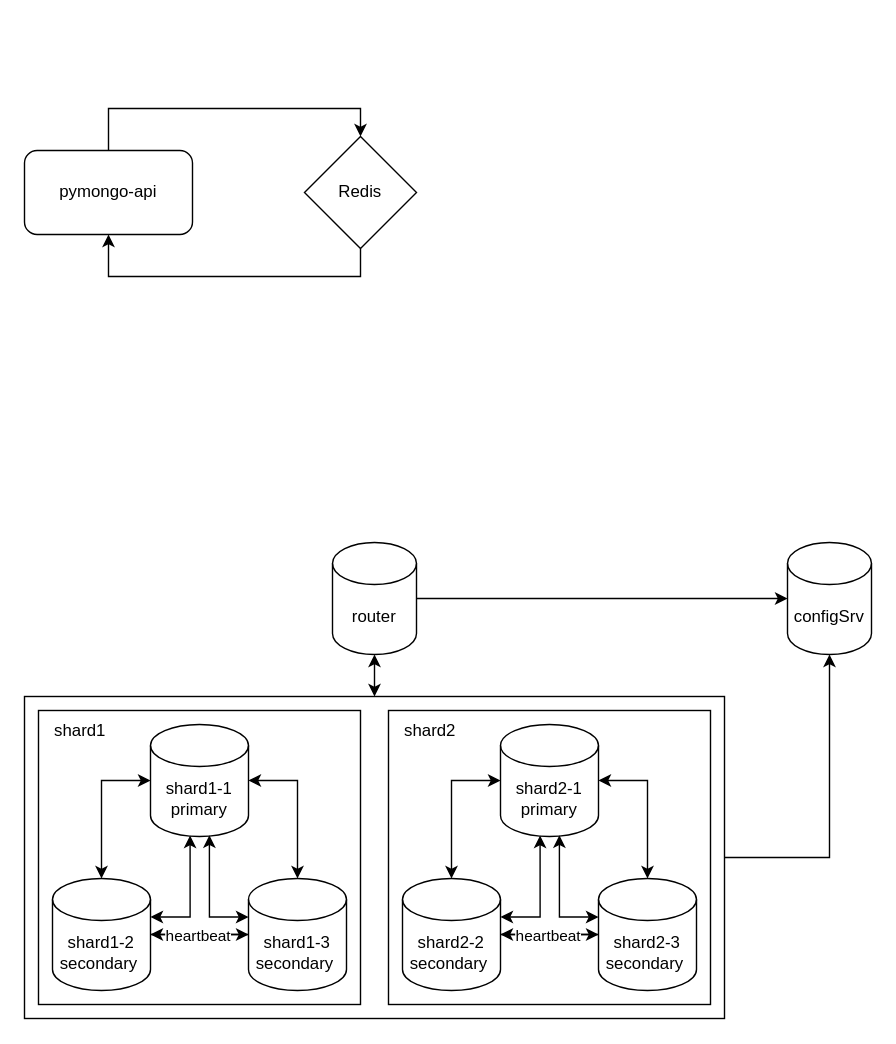
The draw.io diagram diagrams/task3.drawio in Alteracia/practicum_black-friday, before the edit. Source tidied: cells renumbered, new cells numbered last; positions are measured from the earlier drawing's top-left corner, leaving out a move shared by most shapes. Both pictures are drawn from the tidied source at 140%, with x=0, y=0 at pixel (24, 136).
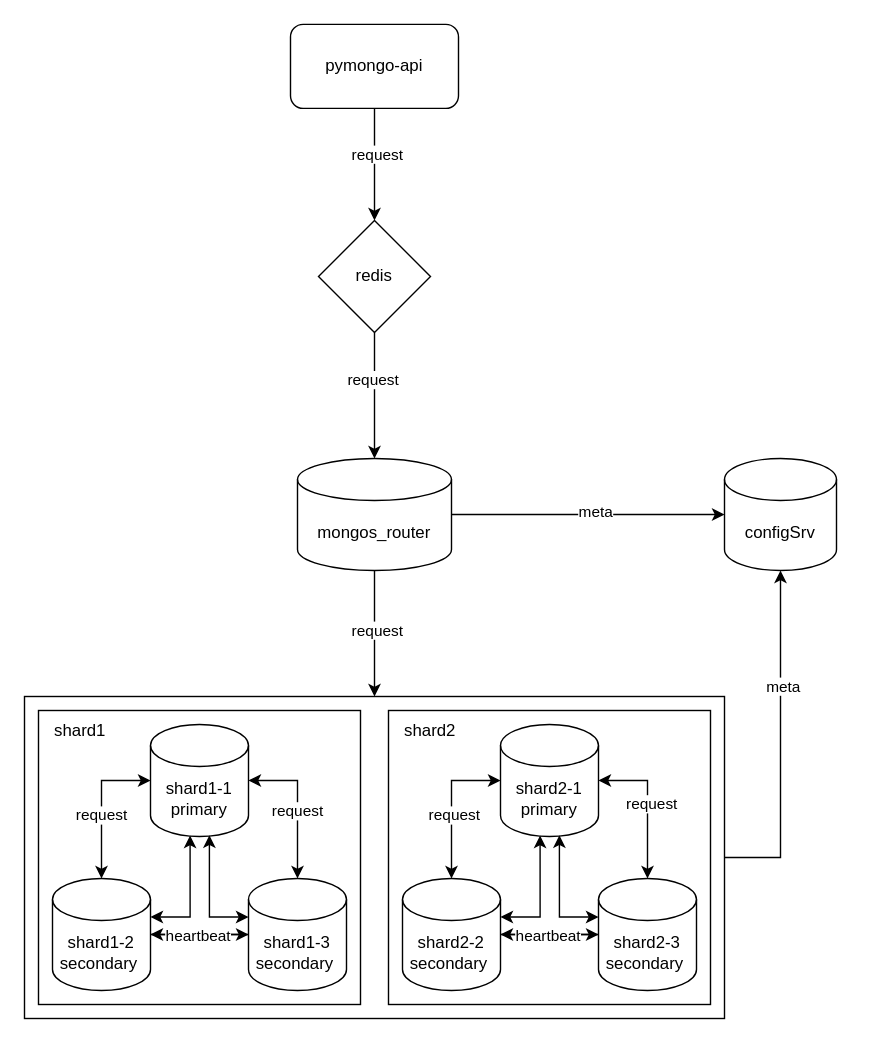
Above is the later version.

Unchanged cells that the change refers to:
```xml
<mxCell id="16" value="shard1-2&lt;br&gt;secondary&amp;nbsp;" style="shape=cylinder3;whiteSpace=wrap;html=1;boundedLbl=1;backgroundOutline=1;size=15;" parent="1" vertex="1">
  <mxGeometry x="20" y="530" width="70" height="80" as="geometry" />
</mxCell>
<mxCell id="17" value="shard1-3&lt;br&gt;secondary&amp;nbsp;" style="shape=cylinder3;whiteSpace=wrap;html=1;boundedLbl=1;backgroundOutline=1;size=15;" parent="1" vertex="1">
  <mxGeometry x="160" y="530" width="70" height="80" as="geometry" />
</mxCell>
<mxCell id="21" style="edgeStyle=orthogonalEdgeStyle;rounded=0;jettySize=auto;html=1;entryX=1;entryY=0.5;entryDx=0;entryDy=0;entryPerimeter=0;" parent="1" edge="1" source="17" target="16">
  <mxGeometry relative="1" as="geometry" />
</mxCell>
<mxCell id="25" style="edgeStyle=orthogonalEdgeStyle;rounded=0;jettySize=auto;html=1;startArrow=classic;startFill=1;exitX=1;exitY=0.5;exitDx=0;exitDy=0;exitPerimeter=0;" parent="1" edge="1" source="26" target="29">
  <mxGeometry relative="1" as="geometry" />
</mxCell>
<mxCell id="26" value="shard2-1&lt;br&gt;primary" style="shape=cylinder3;whiteSpace=wrap;html=1;boundedLbl=1;backgroundOutline=1;size=15;" parent="1" vertex="1">
  <mxGeometry x="340" y="420" width="70" height="80" as="geometry" />
</mxCell>
<mxCell id="28" value="shard2-2&lt;br&gt;secondary&amp;nbsp;" style="shape=cylinder3;whiteSpace=wrap;html=1;boundedLbl=1;backgroundOutline=1;size=15;" parent="1" vertex="1">
  <mxGeometry x="270" y="530" width="70" height="80" as="geometry" />
</mxCell>
<mxCell id="33" style="edgeStyle=orthogonalEdgeStyle;rounded=0;jettySize=auto;html=1;entryX=1;entryY=0.5;entryDx=0;entryDy=0;entryPerimeter=0;" parent="1" edge="1" source="29" target="28">
  <mxGeometry relative="1" as="geometry" />
</mxCell>
```

Diff of the diagram source:
```diff
@@
-    <mxCell id="2" style="edgeStyle=orthogonalEdgeStyle;rounded=0;jettySize=auto;html=1;entryX=0.5;entryY=0;entryDx=0;entryDy=0;startArrow=none;startFill=0;exitX=0.5;exitY=0;exitDx=0;exitDy=0;" parent="1" edge="1" source="3" target="10">
+    <mxCell id="2" style="edgeStyle=orthogonalEdgeStyle;rounded=0;jettySize=auto;html=1;entryX=0.5;entryY=0;entryDx=0;entryDy=0;startArrow=none;startFill=0;exitX=0.5;exitY=1;exitDx=0;exitDy=0;" parent="1" edge="1" source="3" target="10">
       <mxGeometry relative="1" as="geometry" />
     </mxCell>
+    <mxCell id="36" value="request" style="edgeLabel;html=1;align=center;verticalAlign=middle;" parent="2" vertex="1">
+      <mxGeometry x="-0.17" y="1" relative="1" as="geometry" />
+    </mxCell>
     <mxCell id="3" value="pymongo-api" style="rounded=1;whiteSpace=wrap;html=1;" parent="1" vertex="1">
-      <mxGeometry y="10" width="120" height="60" as="geometry" />
+      <mxGeometry x="190" y="-80.1" width="120" height="60" as="geometry" />
     </mxCell>
-    <mxCell id="4" value="router" style="shape=cylinder3;whiteSpace=wrap;html=1;boundedLbl=1;backgroundOutline=1;size=15;" parent="1" vertex="1">
-      <mxGeometry x="220" y="290" width="60" height="80" as="geometry" />
-    </mxCell>
-    <mxCell id="5" style="edgeStyle=orthogonalEdgeStyle;rounded=0;jettySize=auto;html=1;startArrow=classic;startFill=1;entryX=0.5;entryY=0;entryDx=0;entryDy=0;" parent="1" edge="1" source="4" target="11">
-      <mxGeometry relative="1" as="geometry" />
-    </mxCell>
+    <mxCell id="10" value="redis" style="rhombus;whiteSpace=wrap;html=1;" parent="1" vertex="1">
+      <mxGeometry x="210" y="60" width="80" height="80" as="geometry" />
+    </mxCell>
+    <mxCell id="37" style="rounded=0;whiteSpace=wrap;html=1;" parent="1" vertex="1">
+      <mxGeometry y="400" width="500" height="230" as="geometry" />
+    </mxCell>
+    <mxCell id="38" style="rounded=0;whiteSpace=wrap;html=1;" parent="1" vertex="1">
+      <mxGeometry x="10" y="410" width="230" height="210" as="geometry" />
+    </mxCell>
+    <mxCell id="13" style="edgeStyle=orthogonalEdgeStyle;rounded=0;jettySize=auto;html=1;startArrow=classic;startFill=1;exitX=1;exitY=0.5;exitDx=0;exitDy=0;exitPerimeter=0;" parent="1" edge="1" source="14" target="17">
+      <mxGeometry relative="1" as="geometry" />
+    </mxCell>
+    <mxCell id="39" value="request" style="edgeLabel;html=1;align=center;verticalAlign=middle;" parent="13" vertex="1">
+      <mxGeometry x="0.07" y="-1" relative="1" as="geometry" />
+    </mxCell>
+    <mxCell id="14" value="shard1-1&lt;br&gt;primary" style="shape=cylinder3;whiteSpace=wrap;html=1;boundedLbl=1;backgroundOutline=1;size=15;" parent="1" vertex="1">
+      <mxGeometry x="90" y="420" width="70" height="80" as="geometry" />
+    </mxCell>
+    <mxCell id="40" value="mongos_router" style="shape=cylinder3;whiteSpace=wrap;html=1;boundedLbl=1;backgroundOutline=1;size=15;" parent="1" vertex="1">
+      <mxGeometry x="195" y="230" width="110" height="80" as="geometry" />
+    </mxCell>
+    <mxCell id="41" style="edgeStyle=orthogonalEdgeStyle;rounded=0;jettySize=auto;html=1;startArrow=none;startFill=0;" parent="1" edge="1" source="40" target="37">
+      <mxGeometry relative="1" as="geometry" />
+    </mxCell>
+    <mxCell id="42" value="request" style="edgeLabel;html=1;align=center;verticalAlign=middle;" parent="41" vertex="1">
+      <mxGeometry x="-0.06" y="1" relative="1" as="geometry" />
+    </mxCell>
     <mxCell id="6" value="configSrv" style="shape=cylinder3;whiteSpace=wrap;html=1;boundedLbl=1;backgroundOutline=1;size=15;" parent="1" vertex="1">
-      <mxGeometry x="545" y="290" width="60" height="80" as="geometry" />
+      <mxGeometry x="500" y="230" width="80" height="80" as="geometry" />
     </mxCell>
-    <mxCell id="7" style="edgeStyle=orthogonalEdgeStyle;rounded=0;jettySize=auto;html=1;" parent="1" edge="1" source="4" target="6">
-      <mxGeometry relative="1" as="geometry" />
-    </mxCell>
-    <mxCell id="8" style="edgeStyle=orthogonalEdgeStyle;rounded=0;jettySize=auto;html=1;entryX=1;entryY=0.5;entryDx=0;entryDy=0;exitX=0.5;exitY=1;exitDx=0;exitDy=0;exitPerimeter=0;endArrow=none;endFill=0;startArrow=classic;startFill=1;" parent="1" edge="1" source="6" target="11">
-      <mxGeometry relative="1" as="geometry" />
-    </mxCell>
-    <mxCell id="9" style="edgeStyle=orthogonalEdgeStyle;rounded=0;jettySize=auto;html=1;entryX=0.5;entryY=1;entryDx=0;entryDy=0;exitX=0.5;exitY=1;exitDx=0;exitDy=0;" parent="1" edge="1" source="10" target="3">
-      <mxGeometry relative="1" as="geometry" />
-    </mxCell>
-    <mxCell id="10" value="Redis" style="rhombus;whiteSpace=wrap;html=1;" parent="1" vertex="1">
-      <mxGeometry x="200" width="80" height="80" as="geometry" />
-    </mxCell>
-    <mxCell id="11" style="rounded=0;whiteSpace=wrap;html=1;" parent="1" vertex="1">
-      <mxGeometry y="400" width="500" height="230" as="geometry" />
-    </mxCell>
-    <mxCell id="12" style="rounded=0;whiteSpace=wrap;html=1;" parent="1" vertex="1">
-      <mxGeometry x="10" y="410" width="230" height="210" as="geometry" />
-    </mxCell>
-    <mxCell id="13" style="edgeStyle=orthogonalEdgeStyle;rounded=0;jettySize=auto;html=1;startArrow=classic;startFill=1;exitX=1;exitY=0.5;exitDx=0;exitDy=0;exitPerimeter=0;" parent="1" edge="1" source="14" target="17">
-      <mxGeometry relative="1" as="geometry" />
-    </mxCell>
-    <mxCell id="14" value="shard1-1&lt;br&gt;primary" style="shape=cylinder3;whiteSpace=wrap;html=1;boundedLbl=1;backgroundOutline=1;size=15;" parent="1" vertex="1">
-      <mxGeometry x="90" y="420" width="70" height="80" as="geometry" />
-    </mxCell>
+    <mxCell id="43" style="edgeStyle=orthogonalEdgeStyle;rounded=0;jettySize=auto;html=1;" parent="1" edge="1" source="40" target="6">
+      <mxGeometry relative="1" as="geometry" />
+    </mxCell>
+    <mxCell id="44" value="meta" style="edgeLabel;html=1;align=center;verticalAlign=middle;" parent="43" vertex="1">
+      <mxGeometry x="0.05" y="3" relative="1" as="geometry" />
+    </mxCell>
+    <mxCell id="45" style="edgeStyle=orthogonalEdgeStyle;rounded=0;jettySize=auto;html=1;entryX=1;entryY=0.5;entryDx=0;entryDy=0;exitX=0.5;exitY=1;exitDx=0;exitDy=0;exitPerimeter=0;endArrow=none;endFill=0;startArrow=classic;startFill=1;" parent="1" edge="1" source="6" target="37">
+      <mxGeometry relative="1" as="geometry" />
+    </mxCell>
+    <mxCell id="46" value="meta" style="edgeLabel;html=1;align=center;verticalAlign=middle;" parent="45" vertex="1">
+      <mxGeometry x="-0.33" y="1" relative="1" as="geometry" />
+    </mxCell>
@@
-    <mxCell id="19" style="edgeStyle=orthogonalEdgeStyle;rounded=0;jettySize=auto;html=1;entryX=0.5;entryY=0;entryDx=0;entryDy=0;entryPerimeter=0;startArrow=classic;startFill=1;exitX=0;exitY=0.5;exitDx=0;exitDy=0;exitPerimeter=0;" parent="1" edge="1" source="14" target="16">
-      <mxGeometry relative="1" as="geometry" />
-    </mxCell>
-    <mxCell id="20" style="edgeStyle=orthogonalEdgeStyle;rounded=0;jettySize=auto;html=1;startArrow=classic;startFill=1;entryX=1;entryY=0;entryDx=0;entryDy=27.5;entryPerimeter=0;exitX=0.404;exitY=0.991;exitDx=0;exitDy=0;exitPerimeter=0;" parent="1" edge="1" source="14" target="16">
-      <mxGeometry relative="1" as="geometry" />
-    </mxCell>
+    <mxCell id="47" style="edgeStyle=orthogonalEdgeStyle;rounded=0;jettySize=auto;html=1;entryX=0.5;entryY=0;entryDx=0;entryDy=0;entryPerimeter=0;startArrow=classic;startFill=1;exitX=0;exitY=0.5;exitDx=0;exitDy=0;exitPerimeter=0;" parent="1" edge="1" source="14" target="16">
+      <mxGeometry relative="1" as="geometry" />
+    </mxCell>
+    <mxCell id="48" value="request" style="edgeLabel;html=1;align=center;verticalAlign=middle;" parent="47" vertex="1">
+      <mxGeometry x="0.13" y="-1" relative="1" as="geometry" />
+    </mxCell>
+    <mxCell id="49" style="edgeStyle=orthogonalEdgeStyle;rounded=0;jettySize=auto;html=1;startArrow=classic;startFill=1;entryX=1;entryY=0;entryDx=0;entryDy=27.5;entryPerimeter=0;exitX=0.404;exitY=0.991;exitDx=0;exitDy=0;exitPerimeter=0;" parent="1" edge="1" source="14" target="16">
+      <mxGeometry relative="1" as="geometry" />
+    </mxCell>
@@
-    <mxCell id="22" value="heartbeat" style="edgeLabel;html=1;align=center;verticalAlign=middle;" parent="21" vertex="1">
-      <mxGeometry x="-0.21" relative="1" as="geometry">
-        <mxPoint x="-9" as="offset" />
-      </mxGeometry>
-    </mxCell>
+    <mxCell id="50" value="heartbeat" style="edgeLabel;html=1;align=center;verticalAlign=middle;" parent="21" vertex="1">
+      <mxGeometry x="-0.21" relative="1" as="geometry">
+        <mxPoint x="-9" as="offset" />
+      </mxGeometry>
+    </mxCell>
@@
-    <mxCell id="24" style="rounded=0;whiteSpace=wrap;html=1;" parent="1" vertex="1">
-      <mxGeometry x="260" y="410" width="230" height="210" as="geometry" />
-    </mxCell>
+    <mxCell id="51" style="rounded=0;whiteSpace=wrap;html=1;" parent="1" vertex="1">
+      <mxGeometry x="260" y="410" width="230" height="210" as="geometry" />
+    </mxCell>
@@
+    <mxCell id="52" value="request" style="edgeLabel;html=1;align=center;verticalAlign=middle;" parent="25" vertex="1">
+      <mxGeometry x="-0.03" y="2" relative="1" as="geometry" />
+    </mxCell>
@@
-    <mxCell id="31" style="edgeStyle=orthogonalEdgeStyle;rounded=0;jettySize=auto;html=1;entryX=0.5;entryY=0;entryDx=0;entryDy=0;entryPerimeter=0;startArrow=classic;startFill=1;exitX=0;exitY=0.5;exitDx=0;exitDy=0;exitPerimeter=0;" parent="1" edge="1" source="26" target="28">
-      <mxGeometry relative="1" as="geometry" />
-    </mxCell>
-    <mxCell id="32" style="edgeStyle=orthogonalEdgeStyle;rounded=0;jettySize=auto;html=1;startArrow=classic;startFill=1;entryX=1;entryY=0;entryDx=0;entryDy=27.5;entryPerimeter=0;exitX=0.404;exitY=0.991;exitDx=0;exitDy=0;exitPerimeter=0;" parent="1" edge="1" source="26" target="28">
-      <mxGeometry relative="1" as="geometry" />
-    </mxCell>
+    <mxCell id="53" style="edgeStyle=orthogonalEdgeStyle;rounded=0;jettySize=auto;html=1;entryX=0.5;entryY=0;entryDx=0;entryDy=0;entryPerimeter=0;startArrow=classic;startFill=1;exitX=0;exitY=0.5;exitDx=0;exitDy=0;exitPerimeter=0;" parent="1" edge="1" source="26" target="28">
+      <mxGeometry relative="1" as="geometry" />
+    </mxCell>
+    <mxCell id="54" value="request" style="edgeLabel;html=1;align=center;verticalAlign=middle;" parent="53" vertex="1">
+      <mxGeometry x="0.13" y="1" relative="1" as="geometry" />
+    </mxCell>
+    <mxCell id="55" style="edgeStyle=orthogonalEdgeStyle;rounded=0;jettySize=auto;html=1;startArrow=classic;startFill=1;entryX=1;entryY=0;entryDx=0;entryDy=27.5;entryPerimeter=0;exitX=0.404;exitY=0.991;exitDx=0;exitDy=0;exitPerimeter=0;" parent="1" edge="1" source="26" target="28">
+      <mxGeometry relative="1" as="geometry" />
+    </mxCell>
@@
-    <mxCell id="34" value="heartbeat" style="edgeLabel;html=1;align=center;verticalAlign=middle;" parent="33" vertex="1">
-      <mxGeometry x="-0.21" relative="1" as="geometry">
-        <mxPoint x="-9" as="offset" />
-      </mxGeometry>
-    </mxCell>
+    <mxCell id="56" value="heartbeat" style="edgeLabel;html=1;align=center;verticalAlign=middle;" parent="33" vertex="1">
+      <mxGeometry x="-0.21" relative="1" as="geometry">
+        <mxPoint x="-9" as="offset" />
+      </mxGeometry>
+    </mxCell>
@@
+    <mxCell id="57" style="edgeStyle=orthogonalEdgeStyle;rounded=0;jettySize=auto;html=1;entryX=0.5;entryY=0;entryDx=0;entryDy=0;entryPerimeter=0;" parent="1" edge="1" source="10" target="40">
+      <mxGeometry relative="1" as="geometry" />
+    </mxCell>
+    <mxCell id="58" value="request" style="edgeLabel;html=1;align=center;verticalAlign=middle;" parent="57" vertex="1">
+      <mxGeometry x="-0.26" y="-2" relative="1" as="geometry" />
+    </mxCell>
```
